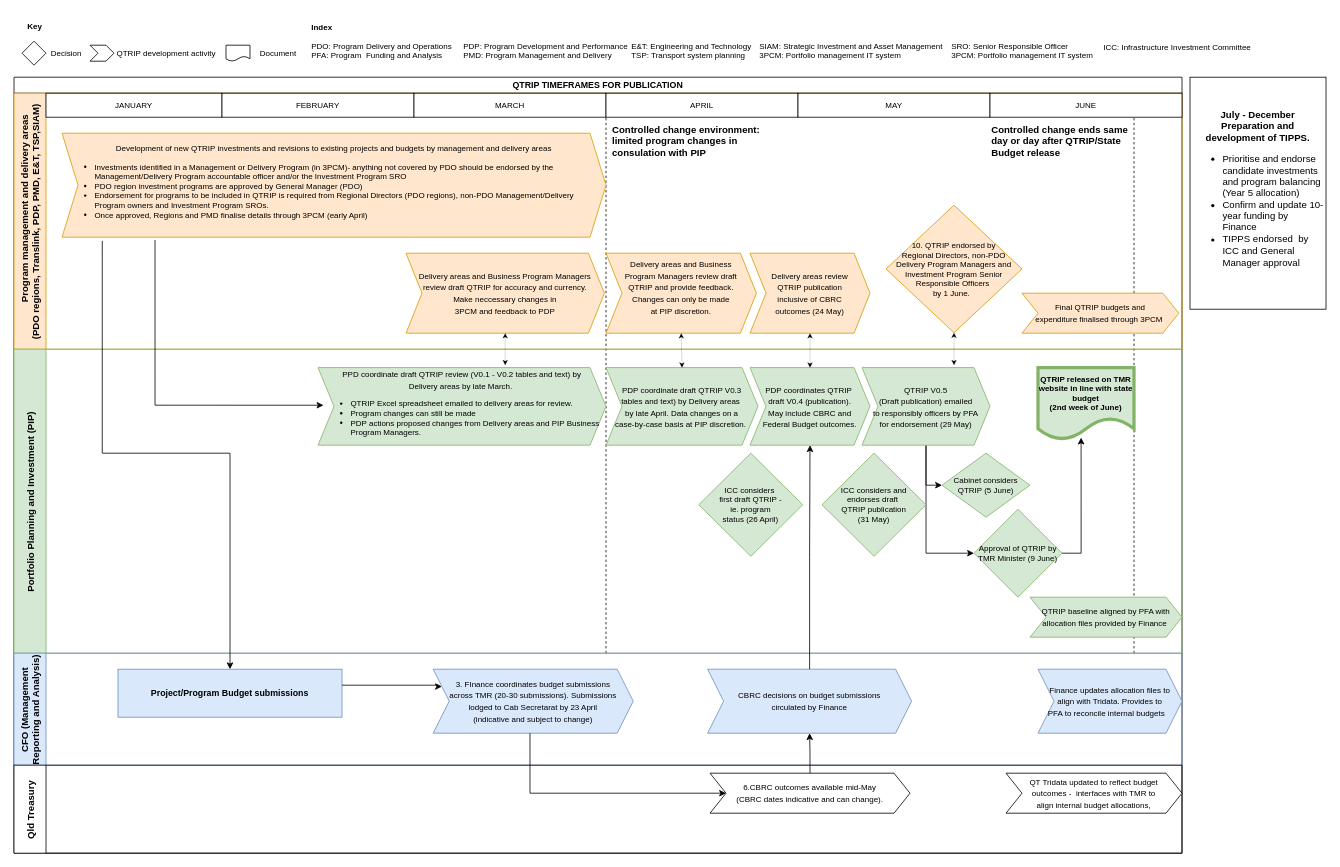
The draw.io diagram page "QTRIP" (1 of 3) of QTRIP and financial mapping.drawio in tzforster/great-suppository-name, before the edit. Source tidied: cells renumbered, new cells numbered last; positions are measured from the earlier drawing's top-left corner, leaving out a move shared by most shapes. Both pictures are drawn from the tidied source at 80%, with x=0, y=0 at pixel (14, 14).
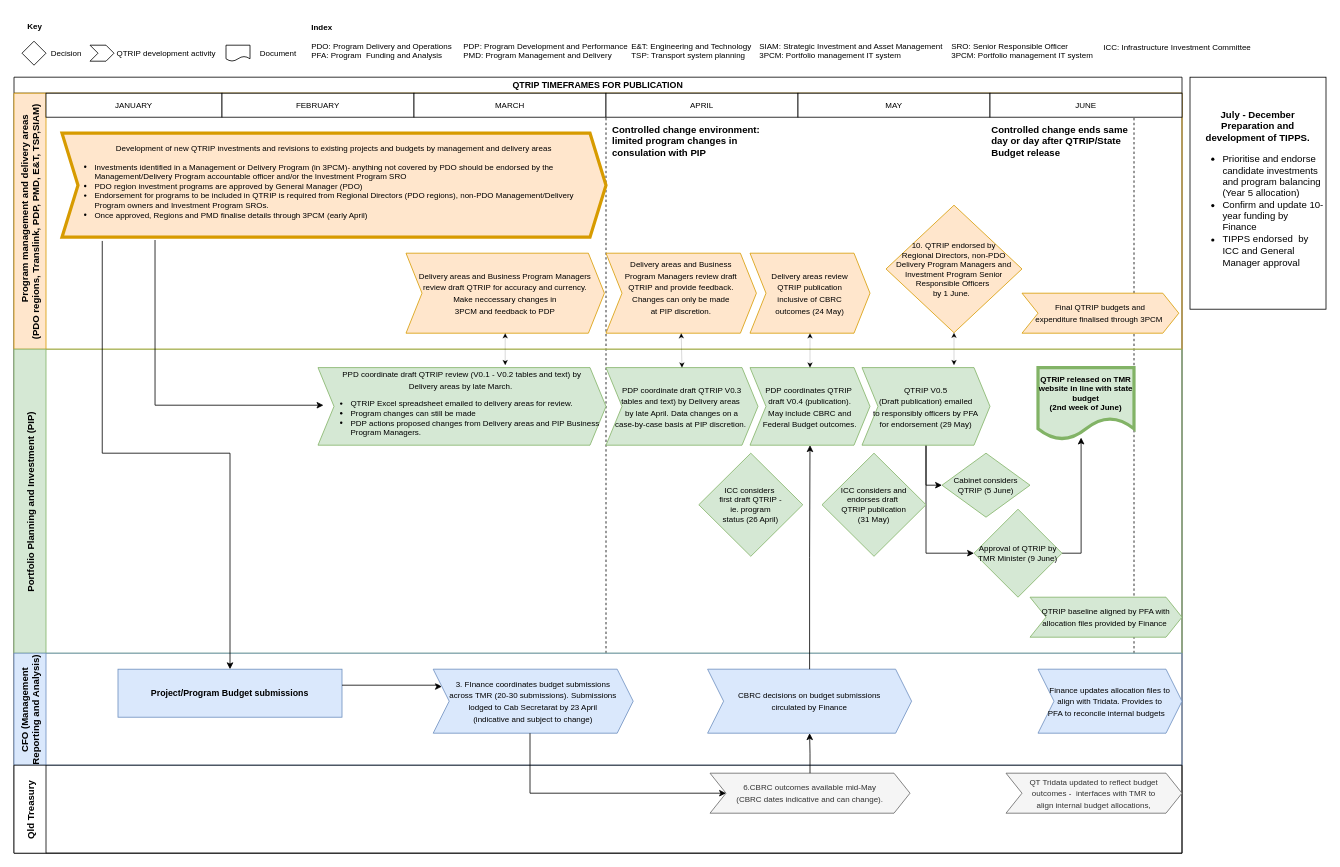
After the change.

Unchanged cells that the change refers to:
```xml
<mxCell id="5" value="            Program management and delivery areas  &#10;(PDO regions, Translink, PDP, PMD, E&amp;T, TSP,SIAM)" style="swimlane;startSize=40;horizontal=0;fillColor=#ffe6cc;strokeColor=#d79b00;" parent="2" vertex="1">
  <mxGeometry y="20" width="1460" height="320" as="geometry" />
</mxCell>
<mxCell id="41" value="Qld Treasury" style="swimlane;startSize=40;horizontal=0;" parent="2" vertex="1">
  <mxGeometry y="860" width="1460" height="110" as="geometry" />
</mxCell>
```

Change to the diagram source:
```diff
@@
-    <mxCell id="18" value="&lt;span style=&quot;font-size: 10px; text-align: left; background-color: initial;&quot;&gt;Development of new QTRIP investments and revisions to existing projects and budgets by management and delivery areas&lt;/span&gt;&lt;span style=&quot;font-size: 10px;&quot;&gt;&lt;br&gt;&lt;/span&gt;&lt;div style=&quot;text-align: left; font-size: 10px;&quot;&gt;&lt;ul style=&quot;&quot;&gt;&lt;li&gt;&lt;span style=&quot;font-size: 10px;&quot;&gt;Investments identified in a Management or Delivery Program (in 3PCM)- anything not covered by PDO should be endorsed by the Management/Delivery Program accountable officer and/or the Investment Program SRO&lt;br&gt;&lt;/span&gt;&lt;/li&gt;&lt;li&gt;&lt;span style=&quot;font-size: 10px;&quot;&gt;PDO region investment programs are approved by General Manager (PDO)&lt;/span&gt;&lt;/li&gt;&lt;li&gt;&lt;span style=&quot;font-size: 10px;&quot;&gt;Endorsement for programs to be included in QTRIP is required from Regional Directors (PDO regions), non-PDO Management/Delivery Program owners and Investment Program SROs.&amp;nbsp;&lt;/span&gt;&lt;/li&gt;&lt;li&gt;&lt;span style=&quot;font-size: 10px;&quot;&gt;Once approved, Regions and PMD finalise details through 3PCM (early April)&lt;/span&gt;&lt;/li&gt;&lt;/ul&gt;&lt;/div&gt;" style="shape=step;perimeter=stepPerimeter;whiteSpace=wrap;html=1;fixedSize=1;fillColor=#ffe6cc;strokeColor=#d79b00;" parent="5" vertex="1">
+    <mxCell id="18" value="&lt;span style=&quot;font-size: 10px; text-align: left; background-color: initial;&quot;&gt;Development of new QTRIP investments and revisions to existing projects and budgets by management and delivery areas&lt;/span&gt;&lt;span style=&quot;font-size: 10px;&quot;&gt;&lt;br&gt;&lt;/span&gt;&lt;div style=&quot;text-align: left; font-size: 10px;&quot;&gt;&lt;ul style=&quot;&quot;&gt;&lt;li&gt;&lt;span style=&quot;font-size: 10px;&quot;&gt;Investments identified in a Management or Delivery Program (in 3PCM)- anything not covered by PDO should be endorsed by the Management/Delivery Program accountable officer and/or the Investment Program SRO&lt;br&gt;&lt;/span&gt;&lt;/li&gt;&lt;li&gt;&lt;span style=&quot;font-size: 10px;&quot;&gt;PDO region investment programs are approved by General Manager (PDO)&lt;/span&gt;&lt;/li&gt;&lt;li&gt;&lt;span style=&quot;font-size: 10px;&quot;&gt;Endorsement for programs to be included in QTRIP is required from Regional Directors (PDO regions), non-PDO Management/Delivery Program owners and Investment Program SROs.&amp;nbsp;&lt;/span&gt;&lt;/li&gt;&lt;li&gt;&lt;span style=&quot;font-size: 10px;&quot;&gt;Once approved, Regions and PMD finalise details through 3PCM (early April)&lt;/span&gt;&lt;/li&gt;&lt;/ul&gt;&lt;/div&gt;" style="shape=step;perimeter=stepPerimeter;whiteSpace=wrap;html=1;fixedSize=1;fillColor=#ffe6cc;strokeColor=#d79b00;strokeWidth=4;" parent="5" vertex="1">
       <mxGeometry x="60" y="50" width="680" height="130" as="geometry" />
     </mxCell>
@@
-    <mxCell id="42" value="&lt;span style=&quot;font-size: 10px;&quot;&gt;6.CBRC outcomes available mid-May&lt;br&gt;(CBRC dates indicative and can change).&lt;/span&gt;" style="shape=step;perimeter=stepPerimeter;whiteSpace=wrap;html=1;fixedSize=1;" parent="41" vertex="1">
+    <mxCell id="42" value="&lt;span style=&quot;font-size: 10px;&quot;&gt;6.CBRC outcomes available mid-May&lt;br&gt;(CBRC dates indicative and can change).&lt;/span&gt;" style="shape=step;perimeter=stepPerimeter;whiteSpace=wrap;html=1;fixedSize=1;fillColor=#f5f5f5;fontColor=#333333;strokeColor=#666666;" parent="41" vertex="1">
       <mxGeometry x="870" y="10" width="250" height="50" as="geometry" />
     </mxCell>
-    <mxCell id="43" value="&lt;span style=&quot;font-size: 10px;&quot;&gt;QT &lt;/span&gt;&lt;font style=&quot;font-size: 10px;&quot;&gt;Tridata updated to reflect budget&lt;br&gt;outcomes -&amp;nbsp; interfaces with TMR to&lt;br&gt;align internal budget allocations,&lt;/font&gt;&lt;span style=&quot;font-size: 10px;&quot;&gt;&lt;br&gt;&lt;/span&gt;" style="shape=step;perimeter=stepPerimeter;whiteSpace=wrap;html=1;fixedSize=1;" parent="41" vertex="1">
+    <mxCell id="43" value="&lt;span style=&quot;font-size: 10px;&quot;&gt;QT &lt;/span&gt;&lt;font style=&quot;font-size: 10px;&quot;&gt;Tridata updated to reflect budget&lt;br&gt;outcomes -&amp;nbsp; interfaces with TMR to&lt;br&gt;align internal budget allocations,&lt;/font&gt;&lt;span style=&quot;font-size: 10px;&quot;&gt;&lt;br&gt;&lt;/span&gt;" style="shape=step;perimeter=stepPerimeter;whiteSpace=wrap;html=1;fixedSize=1;fillColor=#f5f5f5;fontColor=#333333;strokeColor=#666666;" parent="41" vertex="1">
       <mxGeometry x="1240" y="10" width="220" height="50" as="geometry" />
     </mxCell>
```
